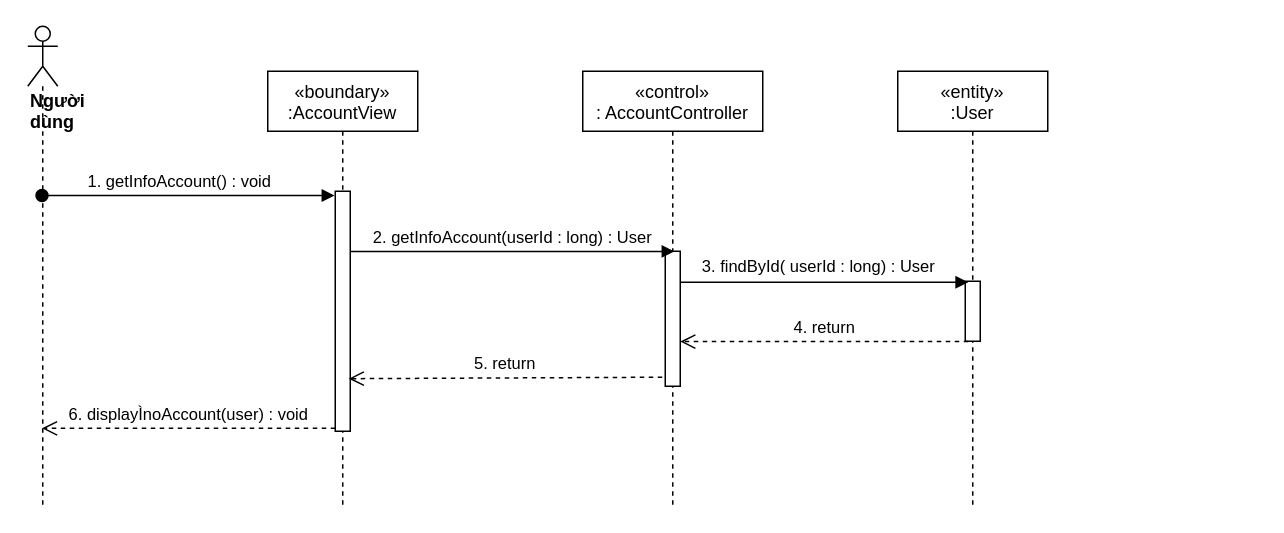
Before: sequence diagram/getMyInfo-sequence.drawio in nguyenphamvan/datn_20202, a draw.io diagram. Source tidied: cells renumbered, new cells numbered last; positions are measured from the earlier drawing's top-left corner, leaving out a move shared by most shapes. Both pictures are drawn from the tidied source at 150%, with x=0, y=0 at pixel (27, 26).
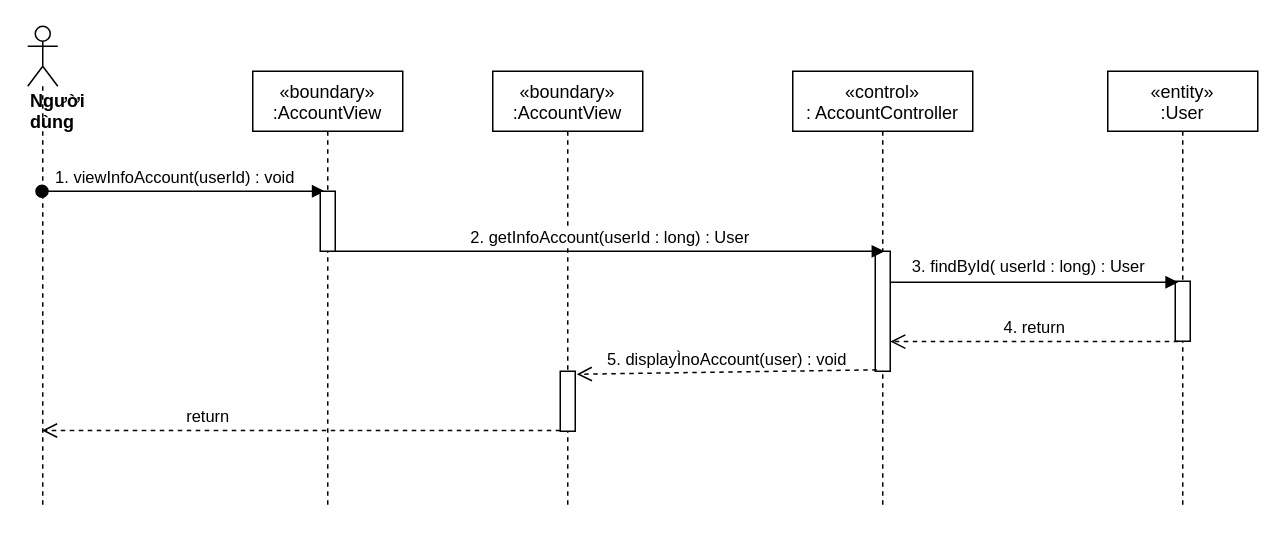
Above is the later version.

The change refers to these unchanged cells:
```xml
<mxCell id="6" value="&lt;div&gt;&lt;b&gt;Người dùng&lt;/b&gt;&lt;/div&gt;" style="shape=umlLifeline;participant=umlActor;perimeter=lifelinePerimeter;whiteSpace=wrap;html=1;verticalAlign=top;spacingTop=36;outlineConnect=0;align=left;" parent="1" vertex="1">
  <mxGeometry width="20" height="320" as="geometry" />
</mxCell>
```

Change to the diagram source:
```diff
@@
     <mxCell id="2" value="«boundary»&#10;:AccountView" style="shape=umlLifeline;perimeter=lifelinePerimeter;rounded=0;shadow=0;strokeWidth=1;" parent="1" vertex="1">
-      <mxGeometry x="160" y="30" width="100" height="290" as="geometry" />
+      <mxGeometry x="310" y="30" width="100" height="290" as="geometry" />
     </mxCell>
     <mxCell id="3" style="points=[];perimeter=orthogonalPerimeter;rounded=0;shadow=0;strokeWidth=1;" parent="2" vertex="1">
-      <mxGeometry x="45" y="80" width="10" height="160" as="geometry" />
+      <mxGeometry x="45" y="200" width="10" height="40" as="geometry" />
     </mxCell>
     <mxCell id="4" value="«control»&#10;: AccountController" style="shape=umlLifeline;perimeter=lifelinePerimeter;rounded=0;shadow=0;strokeWidth=1;" parent="1" vertex="1">
-      <mxGeometry x="370" y="30" width="120" height="290" as="geometry" />
+      <mxGeometry x="510" y="30" width="120" height="290" as="geometry" />
     </mxCell>
     <mxCell id="5" style="points=[];perimeter=orthogonalPerimeter;rounded=0;shadow=0;strokeWidth=1;" parent="4" vertex="1">
-      <mxGeometry x="55" y="120" width="10" height="90" as="geometry" />
+      <mxGeometry x="55" y="120" width="10" height="80" as="geometry" />
     </mxCell>
@@
-    <mxCell id="7" value="1. getInfoAccount() : void" style="verticalAlign=bottom;startArrow=oval;endArrow=block;startSize=8;shadow=0;strokeWidth=1;entryX=-0.05;entryY=0.018;entryDx=0;entryDy=0;entryPerimeter=0;" parent="1" edge="1" source="6" target="3">
+    <mxCell id="7" value="1. viewInfoAccount(userId) : void" style="verticalAlign=bottom;startArrow=oval;endArrow=block;startSize=8;shadow=0;strokeWidth=1;entryX=0.3;entryY=0;entryDx=0;entryDy=0;entryPerimeter=0;" parent="1" edge="1" source="6" target="18">
       <mxGeometry x="-0.06" relative="1" as="geometry" />
     </mxCell>
     <mxCell id="8" value="«entity»&#10;:User" style="shape=umlLifeline;perimeter=lifelinePerimeter;rounded=0;shadow=0;strokeWidth=1;" parent="1" vertex="1">
-      <mxGeometry x="580" y="30" width="100" height="290" as="geometry" />
+      <mxGeometry x="720" y="30" width="100" height="290" as="geometry" />
     </mxCell>
@@
-    <mxCell id="10" value="2. getInfoAccount(userId : long) : User" style="html=1;verticalAlign=bottom;endArrow=block;entryX=0.617;entryY=0.001;entryDx=0;entryDy=0;entryPerimeter=0;" parent="1" edge="1" source="3" target="5">
+    <mxCell id="10" value="2. getInfoAccount(userId : long) : User" style="html=1;verticalAlign=bottom;endArrow=block;entryX=0.617;entryY=0.001;entryDx=0;entryDy=0;entryPerimeter=0;exitX=1;exitY=1;exitDx=0;exitDy=0;exitPerimeter=0;" parent="1" edge="1" source="18" target="5">
       <mxGeometry relative="1" as="geometry" />
     </mxCell>
@@
-    <mxCell id="14" value="5. return" style="html=1;verticalAlign=bottom;endArrow=open;dashed=1;endSize=8;exitX=-0.2;exitY=0.933;exitDx=0;exitDy=0;exitPerimeter=0;entryX=0.9;entryY=0.781;entryDx=0;entryDy=0;entryPerimeter=0;" parent="1" edge="1" source="5" target="3">
+    <mxCell id="14" value="5. displayÌnoAccount(user) : void" style="html=1;verticalAlign=bottom;endArrow=open;dashed=1;endSize=8;exitX=0.1;exitY=0.988;exitDx=0;exitDy=0;exitPerimeter=0;entryX=1.1;entryY=0.05;entryDx=0;entryDy=0;entryPerimeter=0;" parent="1" edge="1" source="5" target="3">
       <mxGeometry relative="1" as="geometry" />
     </mxCell>
-    <mxCell id="15" value="6. displayÌnoAccount(user) : void" style="html=1;verticalAlign=bottom;endArrow=open;dashed=1;endSize=8;exitX=0;exitY=0.988;exitDx=0;exitDy=0;exitPerimeter=0;" parent="1" edge="1" source="3" target="6">
+    <mxCell id="15" style="html=1;verticalAlign=bottom;endArrow=open;dashed=1;endSize=8;exitX=0;exitY=0.988;exitDx=0;exitDy=0;exitPerimeter=0;" parent="1" edge="1" source="3" target="6">
       <mxGeometry relative="1" as="geometry" />
     </mxCell>
+    <mxCell id="16" value="return" style="edgeLabel;html=1;align=center;verticalAlign=middle;" parent="15" vertex="1">
+      <mxGeometry x="-0.47" relative="1" as="geometry">
+        <mxPoint x="-144" y="-10" as="offset" />
+      </mxGeometry>
+    </mxCell>
+    <mxCell id="17" value="«boundary»&#10;:AccountView" style="shape=umlLifeline;perimeter=lifelinePerimeter;rounded=0;shadow=0;strokeWidth=1;" parent="1" vertex="1">
+      <mxGeometry x="150" y="30" width="100" height="290" as="geometry" />
+    </mxCell>
+    <mxCell id="18" style="points=[];perimeter=orthogonalPerimeter;rounded=0;shadow=0;strokeWidth=1;" parent="17" vertex="1">
+      <mxGeometry x="45" y="80" width="10" height="40" as="geometry" />
+    </mxCell>
```
